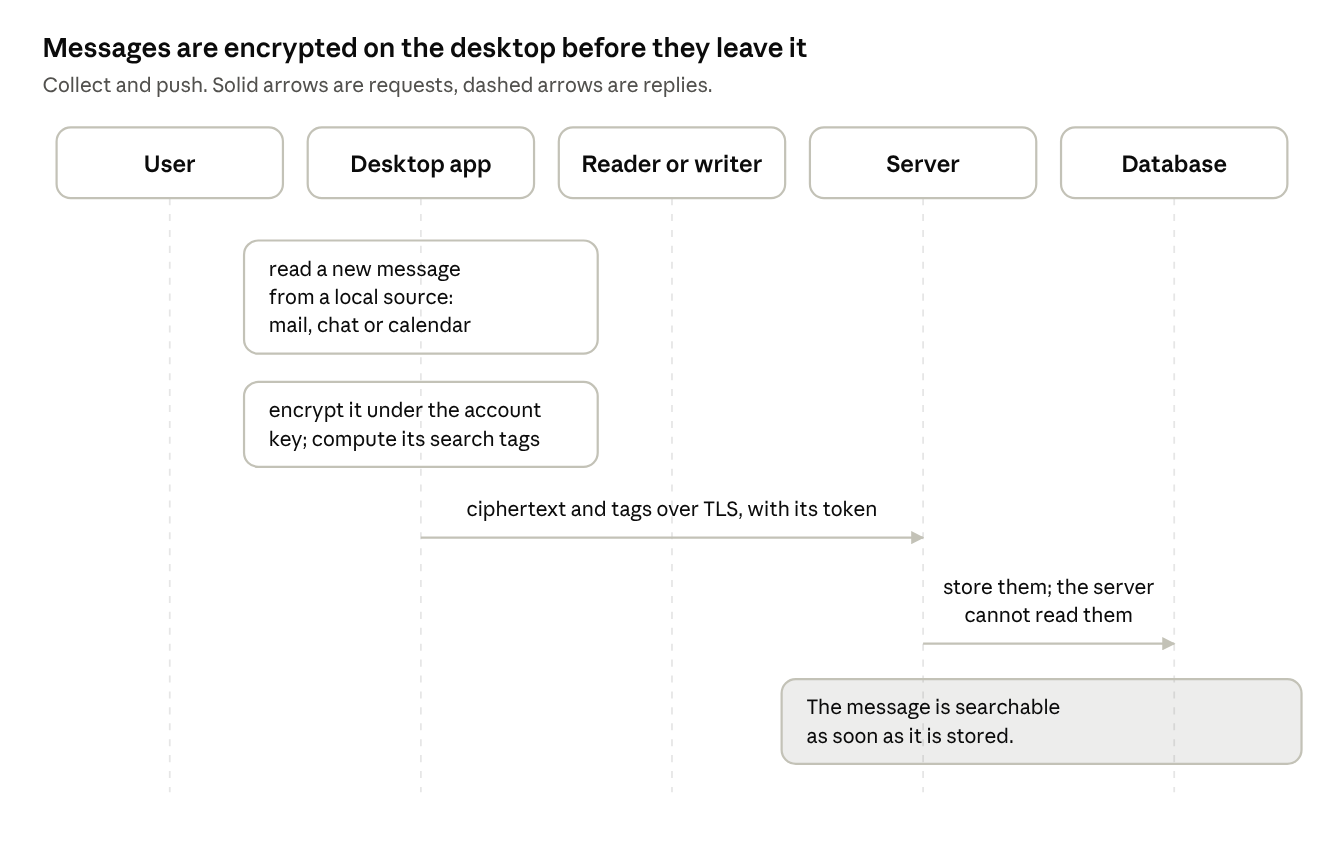
Before: figures/collect-and-push-4-parties.png, a diagram exported from Mermaid (ajs-consult-llc/mirror-encryption-rfc). Its source is kept beside it as diagrams/collect-and-push-4-parties.mmd.
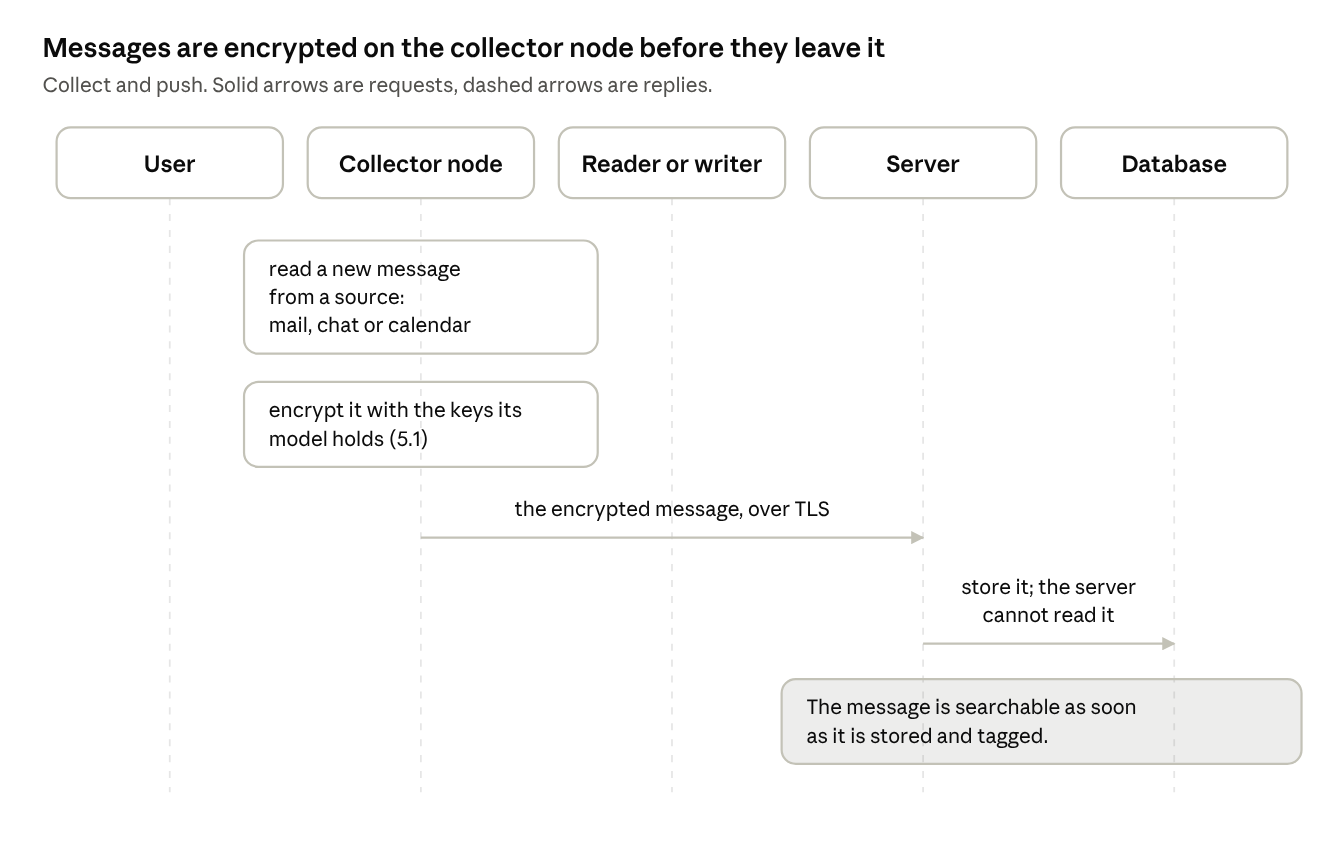
Later version of the same file.

Change to the diagram source:
```diff
@@ -1,11 +1,11 @@
 sequenceDiagram
-  accTitle: Messages are encrypted on the desktop before they leave it
-  accDescr: Collect and push. The desktop app reads a new message from a local source, such as mail, chat or calendar. It encrypts the message under the account key and computes its search tags. It sends the ciphertext and tags to the server over TLS, with its token. The server stores them and cannot read them. The message is searchable as soon as it is stored.
-  participant D as Desktop app
+  accTitle: Messages are encrypted on the collector node before they leave it
+  accDescr: Collect and push. The collector node reads a new message from a source, such as mail, chat or calendar. It encrypts the message with the keys its model holds (5.1). It sends the encrypted message to the server over TLS. The server stores it and cannot read it. The message is searchable as soon as it is stored and tagged.
+  participant C as Collector node
   participant S as Server
   participant DB as Database
-  Note over D: read a new message from a local<br/>source, mail, chat or calendar
-  Note over D: encrypt it under the account key,<br/>compute its search tags
-  D->>S: ciphertext and tags over TLS, with its token
-  S->>DB: store them, the server cannot read them
-  Note over S,DB: The message is searchable as soon<br/>as it is stored.
+  Note over C: read a new message from a<br/>source, mail, chat or calendar
+  Note over C: encrypt it with the keys its<br/>model holds (5.1)
+  C->>S: the encrypted message, over TLS
+  S->>DB: store it, the server cannot read it
+  Note over S,DB: The message is searchable as soon<br/>as it is stored and tagged.
```
